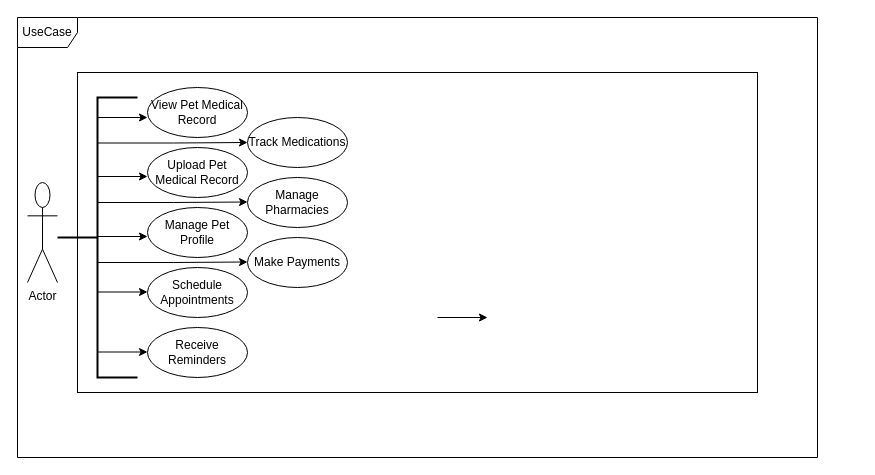
calmworld/SystemDesign keeps this draw.io diagram as page "UseCaseDiagram" (2 of 2) of petHealth.drawio. Above is the earlier version. Source tidied: cells renumbered, new cells numbered last; positions are measured from the earlier drawing's top-left corner, leaving out a move shared by most shapes. Both pictures are drawn from the tidied source at 100%, with x=0, y=0 at pixel (17, 17).
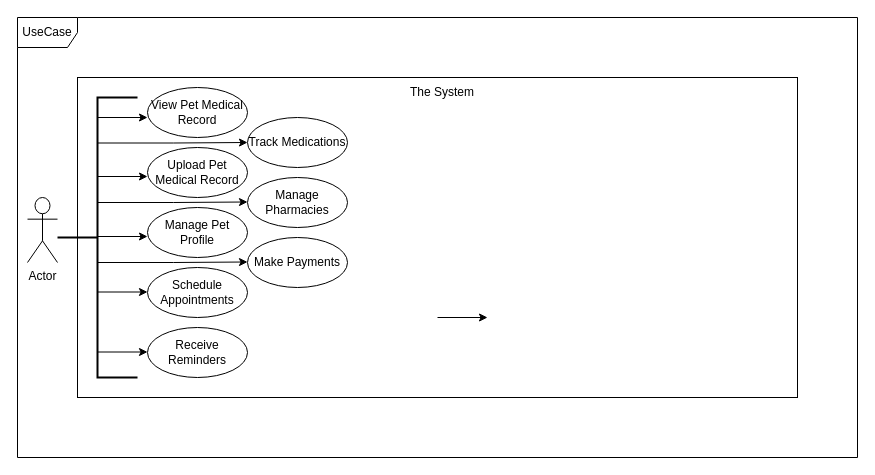
Above is the later version.

What changed in the source:
```diff
@@
     <mxCell id="2" style="whiteSpace=wrap;html=1;" parent="1" vertex="1">
-      <mxGeometry x="60" y="55" width="680" height="320" as="geometry" />
+      <mxGeometry x="60" y="60" width="720" height="320" as="geometry" />
     </mxCell>
     <mxCell id="3" value="UseCase" style="shape=umlFrame;whiteSpace=wrap;html=1;" parent="1" vertex="1">
-      <mxGeometry width="800" height="440" as="geometry" />
+      <mxGeometry width="840" height="440" as="geometry" />
     </mxCell>
     <mxCell id="4" value="Actor" style="shape=umlActor;verticalLabelPosition=bottom;verticalAlign=top;html=1;" parent="1" vertex="1">
-      <mxGeometry x="10" y="165" width="30" height="100" as="geometry" />
+      <mxGeometry x="10" y="180" width="30" height="65" as="geometry" />
     </mxCell>
@@
+    <mxCell id="23" value="The System" style="text;html=1;align=center;verticalAlign=middle;whiteSpace=wrap;rounded=0;" parent="1" vertex="1">
+      <mxGeometry x="365" y="60" width="120" height="30" as="geometry" />
+    </mxCell>
```
